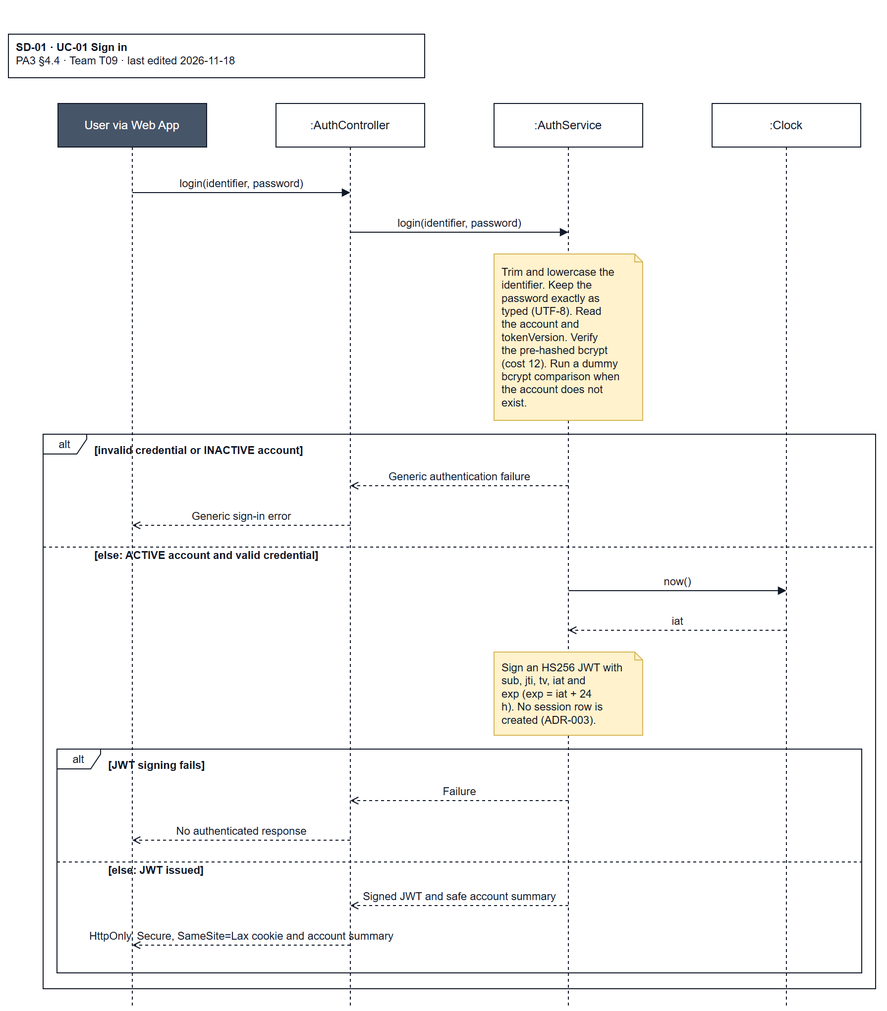
JuliaTrang/T09-CampusBorrow keeps this draw.io diagram as docs/design/diagrams/SD-01_uc01-sign-in.drawio.png. Above is the earlier version. Source tidied: cells renumbered, new cells last; positions are measured from the earlier drawing's top-left corner, leaving out a move shared by most shapes. Its diagram source:
```xml
<mxGraphModel>
  <root>
    <mxCell id="0" />
    <mxCell id="1" parent="0" />
    <mxCell id="2" value="&lt;b&gt;SD-01 · UC-01 Sign in&lt;/b&gt;&lt;br&gt;PA3 §4.4 · Team T09 · last edited 2026-11-18" style="rounded=0;whiteSpace=wrap;html=1;align=left;verticalAlign=top;spacingLeft=6;strokeColor=#111827;fillColor=#ffffff;fontFamily=Arial;fontSize=11;fontColor=#111827;" parent="1" vertex="1">
      <mxGeometry width="420" height="44" as="geometry" />
    </mxCell>
    <mxCell id="3" value="User via Web App" style="shape=umlLifeline;perimeter=lifelinePerimeter;whiteSpace=wrap;html=1;size=44;strokeColor=#111827;fillColor=#475569;fontFamily=Arial;fontSize=12;fontColor=#ffffff;" parent="1" vertex="1">
      <mxGeometry x="50" y="70" width="150" height="914" as="geometry" />
    </mxCell>
    <mxCell id="4" value=":AuthController" style="shape=umlLifeline;perimeter=lifelinePerimeter;whiteSpace=wrap;html=1;size=44;strokeColor=#111827;fillColor=#ffffff;fontFamily=Arial;fontSize=12;fontColor=#111827;" parent="1" vertex="1">
      <mxGeometry x="270" y="70" width="150" height="914" as="geometry" />
    </mxCell>
    <mxCell id="5" value=":AuthService" style="shape=umlLifeline;perimeter=lifelinePerimeter;whiteSpace=wrap;html=1;size=44;strokeColor=#111827;fillColor=#ffffff;fontFamily=Arial;fontSize=12;fontColor=#111827;" parent="1" vertex="1">
      <mxGeometry x="490" y="70" width="150" height="914" as="geometry" />
    </mxCell>
    <mxCell id="6" value=":Clock" style="shape=umlLifeline;perimeter=lifelinePerimeter;whiteSpace=wrap;html=1;size=44;strokeColor=#111827;fillColor=#ffffff;fontFamily=Arial;fontSize=12;fontColor=#111827;" parent="1" vertex="1">
      <mxGeometry x="710" y="70" width="150" height="914" as="geometry" />
    </mxCell>
    <mxCell id="7" value="alt" style="shape=umlFrame;whiteSpace=wrap;html=1;width=44;height=20;fillColor=none;strokeColor=#111827;fontFamily=Arial;fontSize=11;fontColor=#111827;" parent="1" vertex="1">
      <mxGeometry x="49" y="722" width="812" height="226" as="geometry" />
    </mxCell>
    <mxCell id="8" value="[JWT signing fails]" style="text;html=1;align=left;verticalAlign=middle;whiteSpace=wrap;fontStyle=1;fontFamily=Arial;fontSize=11;fontColor=#111827;" parent="1" vertex="1">
      <mxGeometry x="99" y="728" width="752" height="20" as="geometry" />
    </mxCell>
    <mxCell id="9" value="[else: JWT issued]" style="text;html=1;align=left;verticalAlign=middle;whiteSpace=wrap;fontStyle=1;fontFamily=Arial;fontSize=11;fontColor=#111827;" parent="1" vertex="1">
      <mxGeometry x="99" y="834" width="752" height="20" as="geometry" />
    </mxCell>
    <mxCell id="10" style="endArrow=none;dashed=1;html=1;strokeColor=#111827;" parent="1" edge="1">
      <mxGeometry relative="1" as="geometry">
        <mxPoint x="49" y="836" as="sourcePoint" />
        <mxPoint x="861" y="836" as="targetPoint" />
      </mxGeometry>
    </mxCell>
    <mxCell id="11" value="alt" style="shape=umlFrame;whiteSpace=wrap;html=1;width=44;height=20;fillColor=none;strokeColor=#111827;fontFamily=Arial;fontSize=11;fontColor=#111827;" parent="1" vertex="1">
      <mxGeometry x="35" y="404" width="840" height="560" as="geometry" />
    </mxCell>
    <mxCell id="12" value="[invalid credential or INACTIVE account]" style="text;html=1;align=left;verticalAlign=middle;whiteSpace=wrap;fontStyle=1;fontFamily=Arial;fontSize=11;fontColor=#111827;" parent="1" vertex="1">
      <mxGeometry x="85" y="410" width="780" height="20" as="geometry" />
    </mxCell>
    <mxCell id="13" value="[else: ACTIVE account and valid credential]" style="text;html=1;align=left;verticalAlign=middle;whiteSpace=wrap;fontStyle=1;fontFamily=Arial;fontSize=11;fontColor=#111827;" parent="1" vertex="1">
      <mxGeometry x="85" y="516" width="780" height="20" as="geometry" />
    </mxCell>
    <mxCell id="14" style="endArrow=none;dashed=1;html=1;strokeColor=#111827;" parent="1" edge="1">
      <mxGeometry relative="1" as="geometry">
        <mxPoint x="35" y="518" as="sourcePoint" />
        <mxPoint x="875" y="518" as="targetPoint" />
      </mxGeometry>
    </mxCell>
    <mxCell id="15" value="Trim and lowercase the&lt;br&gt;identifier. Keep the&lt;br&gt;password exactly as&lt;br&gt;typed (UTF-8). Read&lt;br&gt;the account and&lt;br&gt;tokenVersion. Verify&lt;br&gt;the pre-hashed bcrypt&lt;br&gt;(cost 12). Run a dummy&lt;br&gt;bcrypt comparison when&lt;br&gt;the account does not&lt;br&gt;exist." style="shape=note;size=8;whiteSpace=wrap;html=1;align=left;verticalAlign=middle;spacingLeft=6;fillColor=#fff2cc;strokeColor=#d6b656;fontFamily=Arial;fontSize=11;fontColor=#111827;" parent="1" vertex="1">
      <mxGeometry x="490" y="222" width="150" height="168" as="geometry" />
    </mxCell>
    <mxCell id="16" value="Sign an HS256 JWT with&lt;br&gt;sub, jti, tv, iat and&lt;br&gt;exp (exp = iat + 24&lt;br&gt;h). No session row is&lt;br&gt;created (ADR-003)." style="shape=note;size=8;whiteSpace=wrap;html=1;align=left;verticalAlign=middle;spacingLeft=6;fillColor=#fff2cc;strokeColor=#d6b656;fontFamily=Arial;fontSize=11;fontColor=#111827;" parent="1" vertex="1">
      <mxGeometry x="490" y="624" width="150" height="84" as="geometry" />
    </mxCell>
    <mxCell id="17" value="login(identifier, password)" style="html=1;verticalAlign=bottom;labelBackgroundColor=none;strokeColor=#111827;fontFamily=Arial;fontSize=11;fontColor=#111827;endArrow=block;endFill=1;" parent="1" edge="1">
      <mxGeometry relative="1" as="geometry">
        <mxPoint x="125" y="160" as="sourcePoint" />
        <mxPoint x="345" y="160" as="targetPoint" />
      </mxGeometry>
    </mxCell>
    <mxCell id="18" value="login(identifier, password)" style="html=1;verticalAlign=bottom;labelBackgroundColor=none;strokeColor=#111827;fontFamily=Arial;fontSize=11;fontColor=#111827;endArrow=block;endFill=1;" parent="1" edge="1">
      <mxGeometry relative="1" as="geometry">
        <mxPoint x="345" y="200" as="sourcePoint" />
        <mxPoint x="565" y="200" as="targetPoint" />
      </mxGeometry>
    </mxCell>
    <mxCell id="19" value="Generic authentication failure" style="html=1;verticalAlign=bottom;labelBackgroundColor=none;strokeColor=#111827;fontFamily=Arial;fontSize=11;fontColor=#111827;dashed=1;endArrow=open;endFill=0;" parent="1" edge="1">
      <mxGeometry relative="1" as="geometry">
        <mxPoint x="565" y="456" as="sourcePoint" />
        <mxPoint x="345" y="456" as="targetPoint" />
      </mxGeometry>
    </mxCell>
    <mxCell id="20" value="Generic sign-in error" style="html=1;verticalAlign=bottom;labelBackgroundColor=none;strokeColor=#111827;fontFamily=Arial;fontSize=11;fontColor=#111827;dashed=1;endArrow=open;endFill=0;" parent="1" edge="1">
      <mxGeometry relative="1" as="geometry">
        <mxPoint x="345" y="496" as="sourcePoint" />
        <mxPoint x="125" y="496" as="targetPoint" />
      </mxGeometry>
    </mxCell>
    <mxCell id="21" value="now()" style="html=1;verticalAlign=bottom;labelBackgroundColor=none;strokeColor=#111827;fontFamily=Arial;fontSize=11;fontColor=#111827;endArrow=block;endFill=1;" parent="1" edge="1">
      <mxGeometry relative="1" as="geometry">
        <mxPoint x="565" y="562" as="sourcePoint" />
        <mxPoint x="785" y="562" as="targetPoint" />
      </mxGeometry>
    </mxCell>
    <mxCell id="22" value="iat" style="html=1;verticalAlign=bottom;labelBackgroundColor=none;strokeColor=#111827;fontFamily=Arial;fontSize=11;fontColor=#111827;dashed=1;endArrow=open;endFill=0;" parent="1" edge="1">
      <mxGeometry relative="1" as="geometry">
        <mxPoint x="785" y="602" as="sourcePoint" />
        <mxPoint x="565" y="602" as="targetPoint" />
      </mxGeometry>
    </mxCell>
    <mxCell id="23" value="Failure" style="html=1;verticalAlign=bottom;labelBackgroundColor=none;strokeColor=#111827;fontFamily=Arial;fontSize=11;fontColor=#111827;dashed=1;endArrow=open;endFill=0;" parent="1" edge="1">
      <mxGeometry relative="1" as="geometry">
        <mxPoint x="565" y="774" as="sourcePoint" />
        <mxPoint x="345" y="774" as="targetPoint" />
      </mxGeometry>
    </mxCell>
    <mxCell id="24" value="No authenticated response" style="html=1;verticalAlign=bottom;labelBackgroundColor=none;strokeColor=#111827;fontFamily=Arial;fontSize=11;fontColor=#111827;dashed=1;endArrow=open;endFill=0;" parent="1" edge="1">
      <mxGeometry relative="1" as="geometry">
        <mxPoint x="345" y="814" as="sourcePoint" />
        <mxPoint x="125" y="814" as="targetPoint" />
      </mxGeometry>
    </mxCell>
    <mxCell id="25" value="Signed JWT and safe account summary" style="html=1;verticalAlign=bottom;labelBackgroundColor=none;strokeColor=#111827;fontFamily=Arial;fontSize=11;fontColor=#111827;dashed=1;endArrow=open;endFill=0;" parent="1" edge="1">
      <mxGeometry relative="1" as="geometry">
        <mxPoint x="565" y="880" as="sourcePoint" />
        <mxPoint x="345" y="880" as="targetPoint" />
      </mxGeometry>
    </mxCell>
    <mxCell id="26" value="HttpOnly, Secure, SameSite=Lax cookie and account summary" style="html=1;verticalAlign=bottom;labelBackgroundColor=none;strokeColor=#111827;fontFamily=Arial;fontSize=11;fontColor=#111827;dashed=1;endArrow=open;endFill=0;" parent="1" edge="1">
      <mxGeometry relative="1" as="geometry">
        <mxPoint x="345" y="920" as="sourcePoint" />
        <mxPoint x="125" y="920" as="targetPoint" />
      </mxGeometry>
    </mxCell>
  </root>
</mxGraphModel>
```
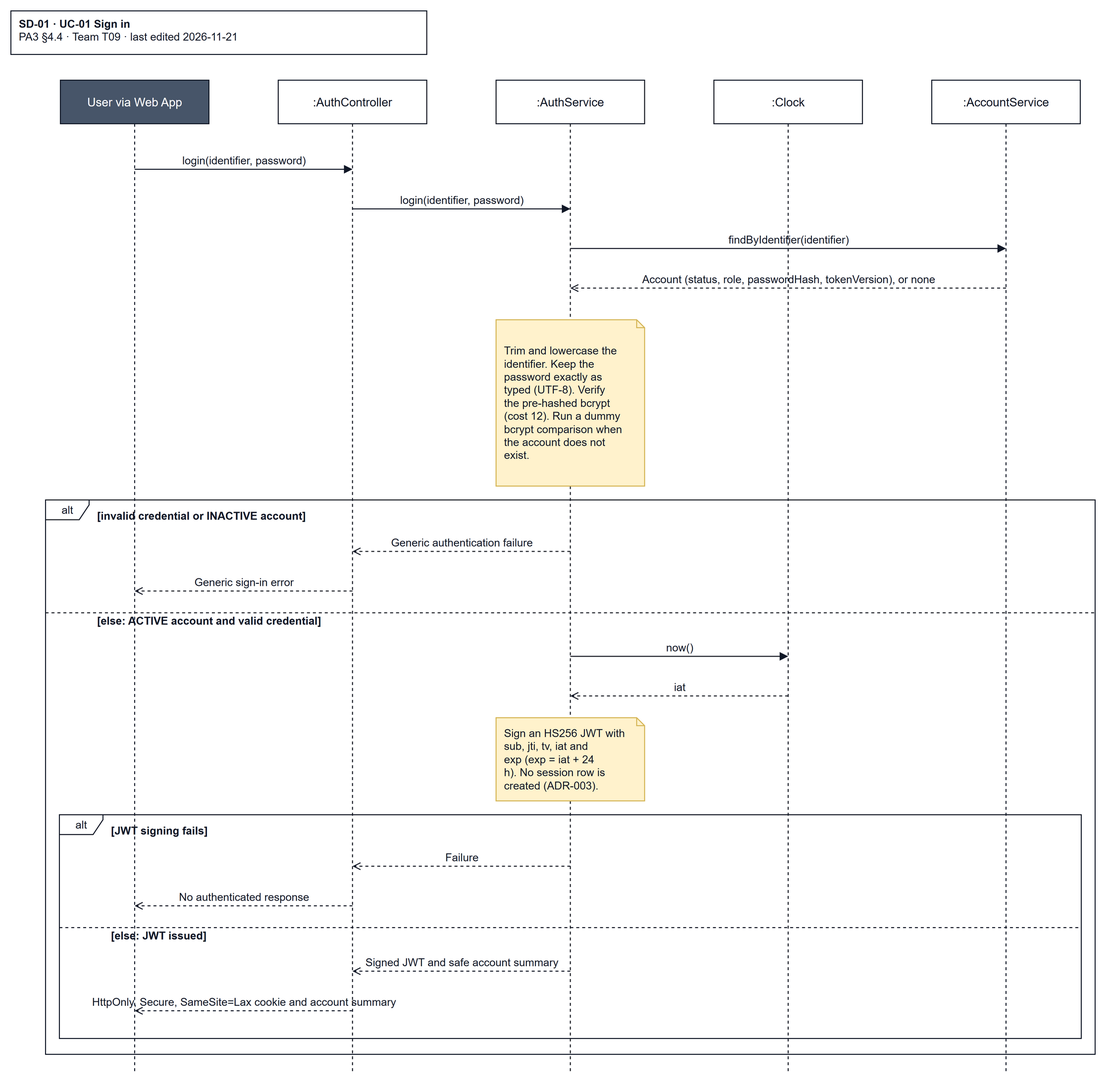
The same diagram one commit later.

Change to the diagram source:
```diff
@@ -2,52 +2,52 @@
   <root>
     <mxCell id="0" />
     <mxCell id="1" parent="0" />
-    <mxCell id="2" value="&lt;b&gt;SD-01 · UC-01 Sign in&lt;/b&gt;&lt;br&gt;PA3 §4.4 · Team T09 · last edited 2026-11-18" style="rounded=0;whiteSpace=wrap;html=1;align=left;verticalAlign=top;spacingLeft=6;strokeColor=#111827;fillColor=#ffffff;fontFamily=Arial;fontSize=11;fontColor=#111827;" parent="1" vertex="1">
-      <mxGeometry width="420" height="44" as="geometry" />
+    <mxCell id="2" value="&lt;b&gt;SD-01 · UC-01 Sign in&lt;/b&gt;&lt;br&gt;PA3 §4.4 · Team T09 · last edited 2026-11-21" style="rounded=0;whiteSpace=wrap;html=1;align=left;verticalAlign=top;spacingLeft=6;strokeColor=#111827;fillColor=#ffffff;fontFamily=Arial;fontSize=11;fontColor=#111827;" parent="1" vertex="1">
+      <mxGeometry y="-90" width="420" height="44" as="geometry" />
     </mxCell>
     <mxCell id="3" value="User via Web App" style="shape=umlLifeline;perimeter=lifelinePerimeter;whiteSpace=wrap;html=1;size=44;strokeColor=#111827;fillColor=#475569;fontFamily=Arial;fontSize=12;fontColor=#ffffff;" parent="1" vertex="1">
-      <mxGeometry x="50" y="70" width="150" height="914" as="geometry" />
+      <mxGeometry x="50" y="-20" width="150" height="1004" as="geometry" />
     </mxCell>
     <mxCell id="4" value=":AuthController" style="shape=umlLifeline;perimeter=lifelinePerimeter;whiteSpace=wrap;html=1;size=44;strokeColor=#111827;fillColor=#ffffff;fontFamily=Arial;fontSize=12;fontColor=#111827;" parent="1" vertex="1">
-      <mxGeometry x="270" y="70" width="150" height="914" as="geometry" />
+      <mxGeometry x="270" y="-20" width="150" height="1004" as="geometry" />
     </mxCell>
     <mxCell id="5" value=":AuthService" style="shape=umlLifeline;perimeter=lifelinePerimeter;whiteSpace=wrap;html=1;size=44;strokeColor=#111827;fillColor=#ffffff;fontFamily=Arial;fontSize=12;fontColor=#111827;" parent="1" vertex="1">
-      <mxGeometry x="490" y="70" width="150" height="914" as="geometry" />
+      <mxGeometry x="490" y="-20" width="150" height="1004" as="geometry" />
     </mxCell>
     <mxCell id="6" value=":Clock" style="shape=umlLifeline;perimeter=lifelinePerimeter;whiteSpace=wrap;html=1;size=44;strokeColor=#111827;fillColor=#ffffff;fontFamily=Arial;fontSize=12;fontColor=#111827;" parent="1" vertex="1">
-      <mxGeometry x="710" y="70" width="150" height="914" as="geometry" />
+      <mxGeometry x="710" y="-20" width="150" height="1004" as="geometry" />
     </mxCell>
     <mxCell id="7" value="alt" style="shape=umlFrame;whiteSpace=wrap;html=1;width=44;height=20;fillColor=none;strokeColor=#111827;fontFamily=Arial;fontSize=11;fontColor=#111827;" parent="1" vertex="1">
-      <mxGeometry x="49" y="722" width="812" height="226" as="geometry" />
+      <mxGeometry x="49" y="722" width="1032" height="226" as="geometry" />
     </mxCell>
     <mxCell id="8" value="[JWT signing fails]" style="text;html=1;align=left;verticalAlign=middle;whiteSpace=wrap;fontStyle=1;fontFamily=Arial;fontSize=11;fontColor=#111827;" parent="1" vertex="1">
-      <mxGeometry x="99" y="728" width="752" height="20" as="geometry" />
+      <mxGeometry x="99" y="728" width="972" height="20" as="geometry" />
     </mxCell>
     <mxCell id="9" value="[else: JWT issued]" style="text;html=1;align=left;verticalAlign=middle;whiteSpace=wrap;fontStyle=1;fontFamily=Arial;fontSize=11;fontColor=#111827;" parent="1" vertex="1">
-      <mxGeometry x="99" y="834" width="752" height="20" as="geometry" />
+      <mxGeometry x="99" y="834" width="972" height="20" as="geometry" />
     </mxCell>
     <mxCell id="10" style="endArrow=none;dashed=1;html=1;strokeColor=#111827;" parent="1" edge="1">
       <mxGeometry relative="1" as="geometry">
         <mxPoint x="49" y="836" as="sourcePoint" />
-        <mxPoint x="861" y="836" as="targetPoint" />
+        <mxPoint x="1081" y="836" as="targetPoint" />
       </mxGeometry>
     </mxCell>
     <mxCell id="11" value="alt" style="shape=umlFrame;whiteSpace=wrap;html=1;width=44;height=20;fillColor=none;strokeColor=#111827;fontFamily=Arial;fontSize=11;fontColor=#111827;" parent="1" vertex="1">
-      <mxGeometry x="35" y="404" width="840" height="560" as="geometry" />
+      <mxGeometry x="35" y="404" width="1060" height="560" as="geometry" />
     </mxCell>
     <mxCell id="12" value="[invalid credential or INACTIVE account]" style="text;html=1;align=left;verticalAlign=middle;whiteSpace=wrap;fontStyle=1;fontFamily=Arial;fontSize=11;fontColor=#111827;" parent="1" vertex="1">
-      <mxGeometry x="85" y="410" width="780" height="20" as="geometry" />
+      <mxGeometry x="85" y="410" width="1000" height="20" as="geometry" />
     </mxCell>
     <mxCell id="13" value="[else: ACTIVE account and valid credential]" style="text;html=1;align=left;verticalAlign=middle;whiteSpace=wrap;fontStyle=1;fontFamily=Arial;fontSize=11;fontColor=#111827;" parent="1" vertex="1">
-      <mxGeometry x="85" y="516" width="780" height="20" as="geometry" />
+      <mxGeometry x="85" y="516" width="1000" height="20" as="geometry" />
     </mxCell>
     <mxCell id="14" style="endArrow=none;dashed=1;html=1;strokeColor=#111827;" parent="1" edge="1">
       <mxGeometry relative="1" as="geometry">
         <mxPoint x="35" y="518" as="sourcePoint" />
-        <mxPoint x="875" y="518" as="targetPoint" />
+        <mxPoint x="1095" y="518" as="targetPoint" />
       </mxGeometry>
     </mxCell>
-    <mxCell id="15" value="Trim and lowercase the&lt;br&gt;identifier. Keep the&lt;br&gt;password exactly as&lt;br&gt;typed (UTF-8). Read&lt;br&gt;the account and&lt;br&gt;tokenVersion. Verify&lt;br&gt;the pre-hashed bcrypt&lt;br&gt;(cost 12). Run a dummy&lt;br&gt;bcrypt comparison when&lt;br&gt;the account does not&lt;br&gt;exist." style="shape=note;size=8;whiteSpace=wrap;html=1;align=left;verticalAlign=middle;spacingLeft=6;fillColor=#fff2cc;strokeColor=#d6b656;fontFamily=Arial;fontSize=11;fontColor=#111827;" parent="1" vertex="1">
+    <mxCell id="15" value="Trim and lowercase the&lt;br&gt;identifier. Keep the&lt;br&gt;password exactly as&lt;br&gt;typed (UTF-8). Verify&lt;br&gt;the pre-hashed bcrypt&lt;br&gt;(cost 12). Run a dummy&lt;br&gt;bcrypt comparison when&lt;br&gt;the account does not&lt;br&gt;exist." style="shape=note;size=8;whiteSpace=wrap;html=1;align=left;verticalAlign=middle;spacingLeft=6;fillColor=#fff2cc;strokeColor=#d6b656;fontFamily=Arial;fontSize=11;fontColor=#111827;" parent="1" vertex="1">
       <mxGeometry x="490" y="222" width="150" height="168" as="geometry" />
     </mxCell>
     <mxCell id="16" value="Sign an HS256 JWT with&lt;br&gt;sub, jti, tv, iat and&lt;br&gt;exp (exp = iat + 24&lt;br&gt;h). No session row is&lt;br&gt;created (ADR-003)." style="shape=note;size=8;whiteSpace=wrap;html=1;align=left;verticalAlign=middle;spacingLeft=6;fillColor=#fff2cc;strokeColor=#d6b656;fontFamily=Arial;fontSize=11;fontColor=#111827;" parent="1" vertex="1">
@@ -55,14 +55,14 @@
     </mxCell>
     <mxCell id="17" value="login(identifier, password)" style="html=1;verticalAlign=bottom;labelBackgroundColor=none;strokeColor=#111827;fontFamily=Arial;fontSize=11;fontColor=#111827;endArrow=block;endFill=1;" parent="1" edge="1">
       <mxGeometry relative="1" as="geometry">
-        <mxPoint x="125" y="160" as="sourcePoint" />
-        <mxPoint x="345" y="160" as="targetPoint" />
+        <mxPoint x="125" y="70" as="sourcePoint" />
+        <mxPoint x="345" y="70" as="targetPoint" />
       </mxGeometry>
     </mxCell>
     <mxCell id="18" value="login(identifier, password)" style="html=1;verticalAlign=bottom;labelBackgroundColor=none;strokeColor=#111827;fontFamily=Arial;fontSize=11;fontColor=#111827;endArrow=block;endFill=1;" parent="1" edge="1">
       <mxGeometry relative="1" as="geometry">
-        <mxPoint x="345" y="200" as="sourcePoint" />
-        <mxPoint x="565" y="200" as="targetPoint" />
+        <mxPoint x="345" y="110" as="sourcePoint" />
+        <mxPoint x="565" y="110" as="targetPoint" />
       </mxGeometry>
     </mxCell>
     <mxCell id="19" value="Generic authentication failure" style="html=1;verticalAlign=bottom;labelBackgroundColor=none;strokeColor=#111827;fontFamily=Arial;fontSize=11;fontColor=#111827;dashed=1;endArrow=open;endFill=0;" parent="1" edge="1">
@@ -113,5 +113,20 @@
         <mxPoint x="125" y="920" as="targetPoint" />
       </mxGeometry>
     </mxCell>
+    <mxCell id="27" value=":AccountService" style="shape=umlLifeline;perimeter=lifelinePerimeter;whiteSpace=wrap;html=1;size=44;strokeColor=#111827;fillColor=#ffffff;fontFamily=Arial;fontSize=12;fontColor=#111827;" parent="1" vertex="1">
+      <mxGeometry x="930" y="-20" width="150" height="1004" as="geometry" />
+    </mxCell>
+    <mxCell id="28" value="findByIdentifier(identifier)" style="html=1;verticalAlign=bottom;labelBackgroundColor=none;strokeColor=#111827;fontFamily=Arial;fontSize=11;fontColor=#111827;endArrow=block;endFill=1;" parent="1" edge="1">
+      <mxGeometry relative="1" as="geometry">
+        <mxPoint x="565" y="150" as="sourcePoint" />
+        <mxPoint x="1005" y="150" as="targetPoint" />
+      </mxGeometry>
+    </mxCell>
+    <mxCell id="29" value="Account (status, role, passwordHash, tokenVersion), or none" style="html=1;verticalAlign=bottom;labelBackgroundColor=none;strokeColor=#111827;fontFamily=Arial;fontSize=11;fontColor=#111827;dashed=1;endArrow=open;endFill=0;" parent="1" edge="1">
+      <mxGeometry relative="1" as="geometry">
+        <mxPoint x="1005" y="190" as="sourcePoint" />
+        <mxPoint x="565" y="190" as="targetPoint" />
+      </mxGeometry>
+    </mxCell>
   </root>
 </mxGraphModel>
```
